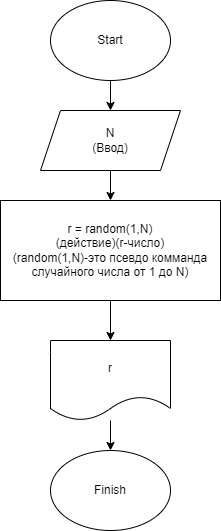
The draw.io diagram Bloc/ex001.drawio/ex001.drawio.png in MelyNik/practice_temp, before a commit. Source tidied: cells renumbered, new cells last; positions are measured from the earlier drawing's top-left corner, leaving out a move shared by most shapes. The source it was exported from:
```xml
<mxGraphModel>
  <root>
    <mxCell id="0" />
    <mxCell id="1" parent="0" />
    <mxCell id="2" style="edgeStyle=none;html=1;" parent="1" edge="1" source="3" target="5">
      <mxGeometry relative="1" as="geometry" />
    </mxCell>
    <mxCell id="3" value="Start" style="ellipse;whiteSpace=wrap;html=1;" parent="1" vertex="1">
      <mxGeometry x="50" width="120" height="80" as="geometry" />
    </mxCell>
    <mxCell id="4" style="edgeStyle=none;html=1;" parent="1" edge="1" source="5" target="7">
      <mxGeometry relative="1" as="geometry" />
    </mxCell>
    <mxCell id="5" value="N&lt;br&gt;(Ввод)" style="shape=parallelogram;perimeter=parallelogramPerimeter;whiteSpace=wrap;html=1;fixedSize=1;" parent="1" vertex="1">
      <mxGeometry x="40" y="110" width="140" height="60" as="geometry" />
    </mxCell>
    <mxCell id="6" style="edgeStyle=none;html=1;" parent="1" edge="1" source="7" target="9">
      <mxGeometry relative="1" as="geometry" />
    </mxCell>
    <mxCell id="7" value="r = random(1,N)&lt;br&gt;(действие)(r-число)&lt;br&gt;(random(1,N)-это псевдо комманда случайного числа от 1 до N)" style="rounded=0;whiteSpace=wrap;html=1;" parent="1" vertex="1">
      <mxGeometry y="200" width="220" height="100" as="geometry" />
    </mxCell>
    <mxCell id="8" style="edgeStyle=none;html=1;" parent="1" edge="1" source="9" target="10">
      <mxGeometry relative="1" as="geometry" />
    </mxCell>
    <mxCell id="9" value="r" style="shape=document;whiteSpace=wrap;html=1;boundedLbl=1;" parent="1" vertex="1">
      <mxGeometry x="50" y="340" width="120" height="80" as="geometry" />
    </mxCell>
    <mxCell id="10" value="Finish" style="ellipse;whiteSpace=wrap;html=1;" parent="1" vertex="1">
      <mxGeometry x="50" y="450" width="120" height="80" as="geometry" />
    </mxCell>
  </root>
</mxGraphModel>
```
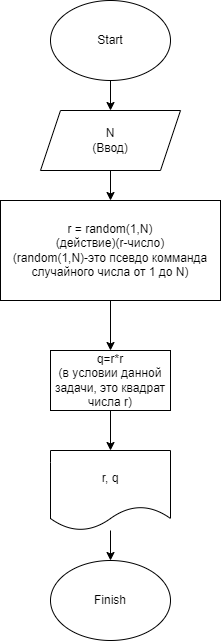
Later version of the same file.

Commit message:
Добавили решение дополнительного условия

The edit, as a diff of the source:
```diff
@@ -14,20 +14,26 @@
     <mxCell id="5" value="N&lt;br&gt;(Ввод)" style="shape=parallelogram;perimeter=parallelogramPerimeter;whiteSpace=wrap;html=1;fixedSize=1;" parent="1" vertex="1">
       <mxGeometry x="40" y="110" width="140" height="60" as="geometry" />
     </mxCell>
-    <mxCell id="6" style="edgeStyle=none;html=1;" parent="1" edge="1" source="7" target="9">
-      <mxGeometry relative="1" as="geometry" />
-    </mxCell>
+    <mxCell id="11" style="edgeStyle=none;html=1;" parent="1" edge="1" source="7" target="13">
+      <mxGeometry relative="1" as="geometry" />
+    </mxCell>
     <mxCell id="7" value="r = random(1,N)&lt;br&gt;(действие)(r-число)&lt;br&gt;(random(1,N)-это псевдо комманда случайного числа от 1 до N)" style="rounded=0;whiteSpace=wrap;html=1;" parent="1" vertex="1">
       <mxGeometry y="200" width="220" height="100" as="geometry" />
     </mxCell>
     <mxCell id="8" style="edgeStyle=none;html=1;" parent="1" edge="1" source="9" target="10">
       <mxGeometry relative="1" as="geometry" />
     </mxCell>
-    <mxCell id="9" value="r" style="shape=document;whiteSpace=wrap;html=1;boundedLbl=1;" parent="1" vertex="1">
-      <mxGeometry x="50" y="340" width="120" height="80" as="geometry" />
+    <mxCell id="9" value="r, q" style="shape=document;whiteSpace=wrap;html=1;boundedLbl=1;" parent="1" vertex="1">
+      <mxGeometry x="50" y="450" width="120" height="80" as="geometry" />
     </mxCell>
     <mxCell id="10" value="Finish" style="ellipse;whiteSpace=wrap;html=1;" parent="1" vertex="1">
-      <mxGeometry x="50" y="450" width="120" height="80" as="geometry" />
+      <mxGeometry x="50" y="560" width="120" height="80" as="geometry" />
     </mxCell>
+    <mxCell id="12" style="edgeStyle=none;html=1;" parent="1" edge="1" source="13" target="9">
+      <mxGeometry relative="1" as="geometry" />
+    </mxCell>
+    <mxCell id="13" value="q=r*r&lt;br&gt;(в условии данной задачи, это квадрат числа r)" style="rounded=0;whiteSpace=wrap;html=1;" parent="1" vertex="1">
+      <mxGeometry x="50" y="350" width="120" height="60" as="geometry" />
+    </mxCell>
   </root>
 </mxGraphModel>
```
